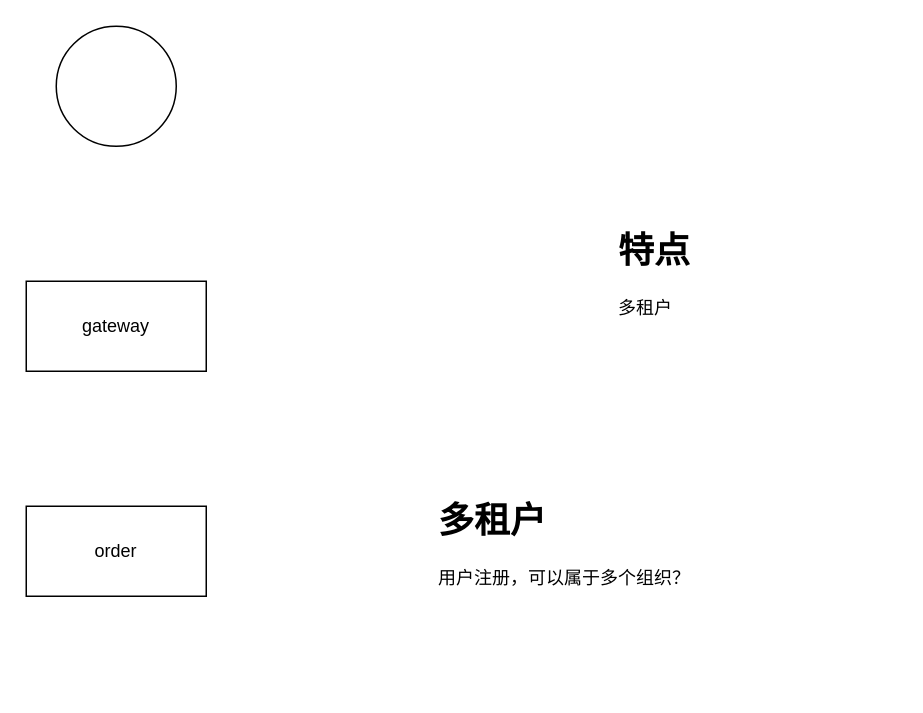
Above: 互链服务架构.drawio in lipeng260/drawio (draw.io), before the change. Source tidied: cells renumbered, new cells numbered last; positions are measured from the earlier drawing's top-left corner, leaving out a move shared by most shapes. Both pictures are drawn from the tidied source at 150%, with x=0, y=0 at pixel (26, 26).
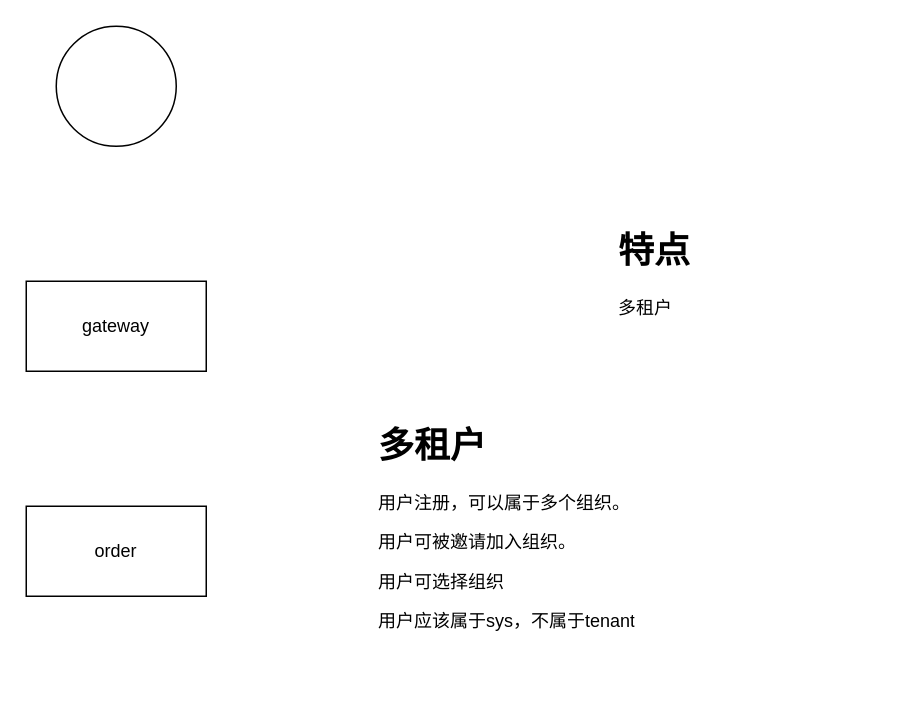
After the change.

Commit message (it also covers changes not shown here):
Update 互链服务架构.drawio

What changed in the source:
```diff
@@
 <mxGraphModel>
   <root>
     <mxCell id="0" />
     <mxCell id="1" parent="0" />
     <mxCell id="2" value="gateway" style="rounded=0;whiteSpace=wrap;html=1;" parent="1" vertex="1">
       <mxGeometry y="170" width="120" height="60" as="geometry" />
     </mxCell>
     <mxCell id="3" value="order" style="rounded=0;whiteSpace=wrap;html=1;" parent="1" vertex="1">
       <mxGeometry y="320" width="120" height="60" as="geometry" />
     </mxCell>
     <mxCell id="4" style="ellipse;whiteSpace=wrap;html=1;" parent="1" vertex="1">
       <mxGeometry x="20" width="80" height="80" as="geometry" />
     </mxCell>
     <mxCell id="5" value="&lt;h1&gt;特点&lt;/h1&gt;&lt;p&gt;多租户&lt;/p&gt;" style="text;html=1;strokeColor=none;fillColor=none;spacing=5;spacingTop=-20;whiteSpace=wrap;overflow=hidden;rounded=0;" parent="1" vertex="1">
       <mxGeometry x="390" y="130" width="190" height="120" as="geometry" />
     </mxCell>
-    <mxCell id="6" value="&lt;h1&gt;多租户&lt;/h1&gt;&lt;p&gt;用户注册，可以属于多个组织？&lt;/p&gt;" style="text;html=1;strokeColor=none;fillColor=none;spacing=5;spacingTop=-20;whiteSpace=wrap;overflow=hidden;rounded=0;" parent="1" vertex="1">
-      <mxGeometry x="270" y="310" width="190" height="120" as="geometry" />
+    <mxCell id="6" value="&lt;h1&gt;多租户&lt;/h1&gt;&lt;p&gt;用户注册，可以属于多个组织。&lt;/p&gt;&lt;p&gt;用户可被邀请加入组织。&lt;/p&gt;&lt;p&gt;用户可选择组织&lt;/p&gt;&lt;p&gt;用户应该属于sys，不属于tenant&lt;/p&gt;" style="text;html=1;strokeColor=none;fillColor=none;spacing=5;spacingTop=-20;whiteSpace=wrap;overflow=hidden;rounded=0;" parent="1" vertex="1">
+      <mxGeometry x="230" y="260" width="270" height="180" as="geometry" />
     </mxCell>
   </root>
 </mxGraphModel>
```
